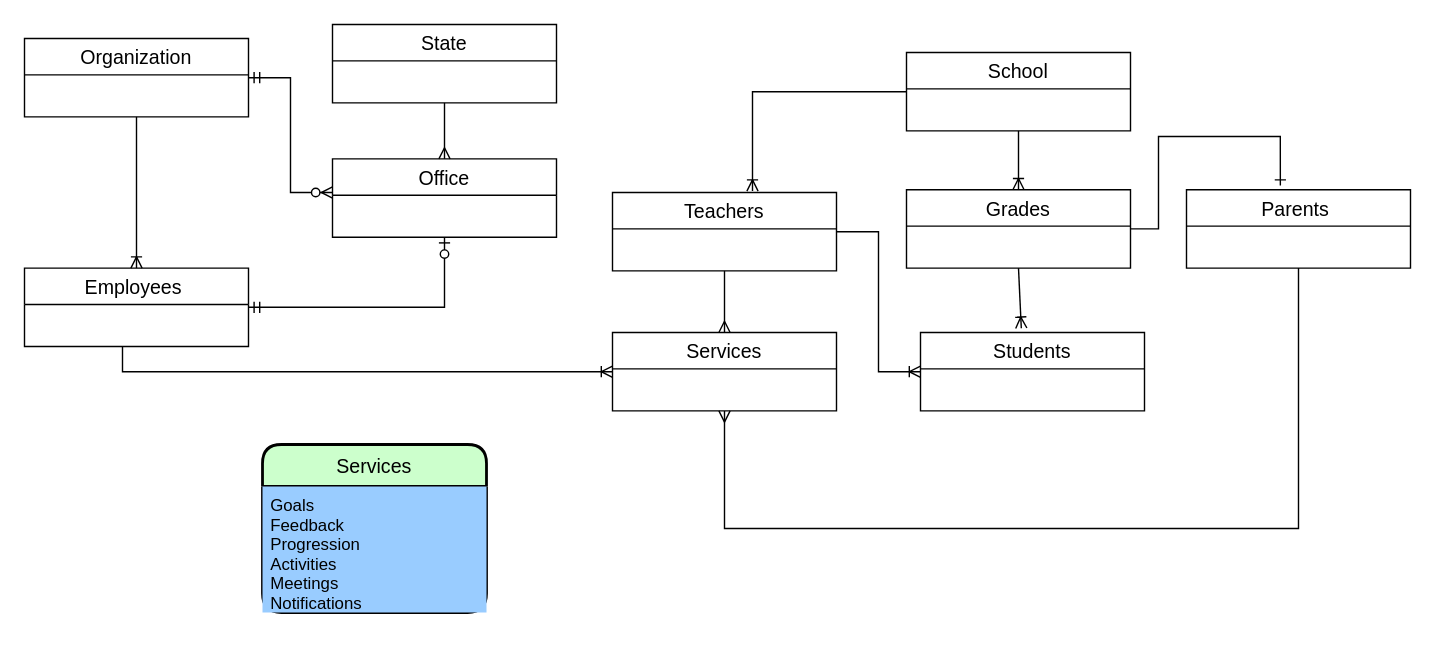
This is page "Page-1" (1 of 3) of TestResults-5.0.x/Untitled Diagram.drawio from Muruganandhu/Taleo, a draw.io file, before an edit. Source tidied: cells renumbered, new cells numbered last; positions are measured from the earlier drawing's top-left corner, leaving out a move shared by most shapes. Both pictures are drawn from the tidied source at 140%, with x=0, y=0 at pixel (24, 24).
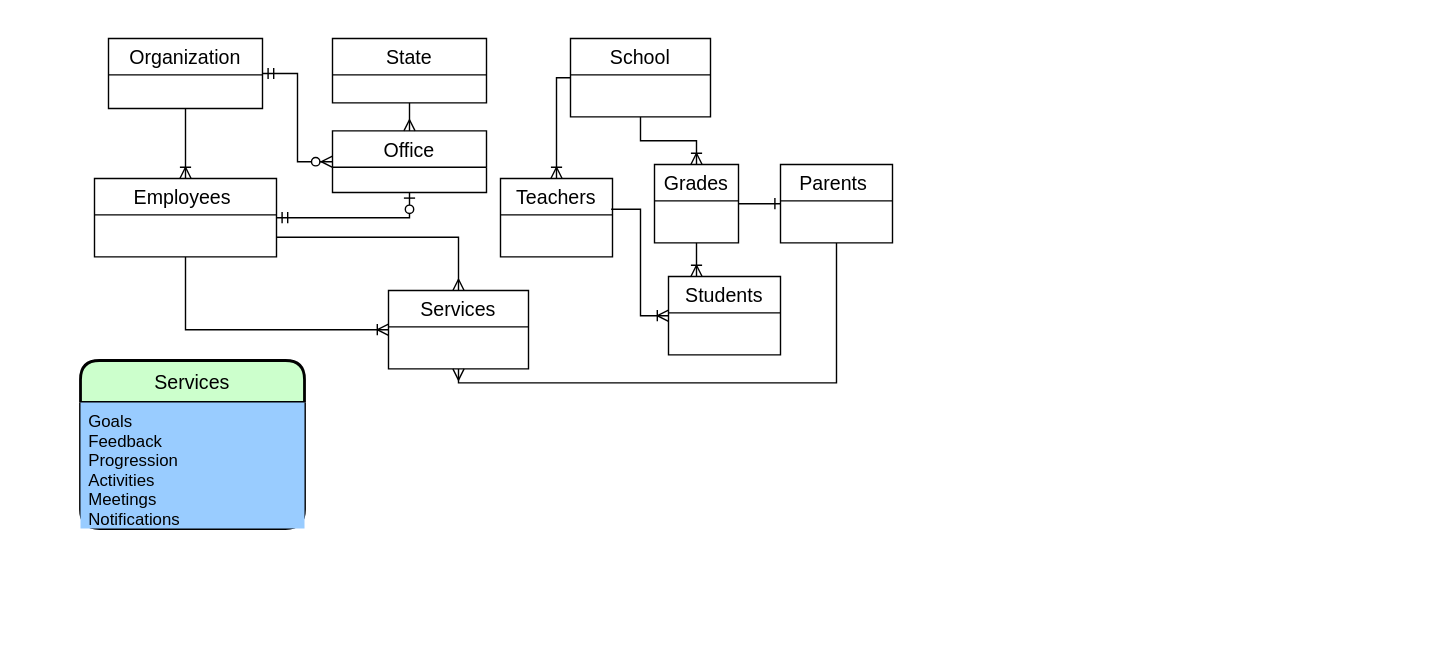
The same page after the edit.

Diff of the diagram source:
```diff
@@
     <mxCell id="2" value="School" style="swimlane;fontStyle=0;horizontal=1;startSize=26;align=center;fontSize=14;" parent="1" vertex="1">
-      <mxGeometry x="630" y="20" width="160" height="56" as="geometry" />
+      <mxGeometry x="390" y="10" width="100" height="56" as="geometry" />
     </mxCell>
     <mxCell id="3" value="Teachers" style="swimlane;fontStyle=0;horizontal=1;startSize=26;align=center;fontSize=14;" parent="1" vertex="1">
-      <mxGeometry x="420" y="120" width="160" height="56" as="geometry" />
+      <mxGeometry x="340" y="110" width="80" height="56" as="geometry" />
     </mxCell>
     <mxCell id="4" value="Grades" style="swimlane;fontStyle=0;horizontal=1;startSize=26;align=center;fontSize=14;" parent="1" vertex="1">
-      <mxGeometry x="630" y="118" width="160" height="56" as="geometry" />
+      <mxGeometry x="450" y="100" width="60" height="56" as="geometry" />
     </mxCell>
     <mxCell id="5" value="Parents " style="swimlane;fontStyle=0;horizontal=1;startSize=26;align=center;fontSize=14;" parent="1" vertex="1">
-      <mxGeometry x="830" y="118" width="160" height="56" as="geometry" />
+      <mxGeometry x="540" y="100" width="80" height="56" as="geometry" />
     </mxCell>
     <mxCell id="6" value="Students" style="swimlane;fontStyle=0;horizontal=1;startSize=26;align=center;fontSize=14;" parent="1" vertex="1">
-      <mxGeometry x="640" y="220" width="160" height="56" as="geometry" />
+      <mxGeometry x="460" y="180" width="80" height="56" as="geometry" />
     </mxCell>
@@
     <mxCell id="8" value="Organization" style="swimlane;fontStyle=0;horizontal=1;startSize=26;align=center;fontSize=14;" parent="1" vertex="1">
-      <mxGeometry y="10" width="160" height="56" as="geometry" />
+      <mxGeometry x="60" y="10" width="110" height="50" as="geometry" />
     </mxCell>
     <mxCell id="9" value="Employees " style="swimlane;fontStyle=0;horizontal=1;startSize=26;align=center;fontSize=14;" parent="1" vertex="1">
-      <mxGeometry y="174" width="160" height="56" as="geometry" />
+      <mxGeometry x="50" y="110" width="130" height="56" as="geometry" />
     </mxCell>
     <mxCell id="10" value="Office" style="swimlane;fontStyle=0;horizontal=1;startSize=26;align=center;fontSize=14;" parent="1" vertex="1">
-      <mxGeometry x="220" y="96" width="160" height="56" as="geometry" />
+      <mxGeometry x="220" y="76" width="110" height="44" as="geometry" />
     </mxCell>
     <mxCell id="11" value="State" style="swimlane;fontStyle=0;horizontal=1;startSize=26;align=center;fontSize=14;" parent="1" vertex="1">
-      <mxGeometry x="220" width="160" height="56" as="geometry" />
+      <mxGeometry x="220" y="10" width="110" height="46" as="geometry" />
     </mxCell>
@@
-    <mxCell id="15" style="edgeStyle=entityRelationEdgeStyle;fontSize=12;html=1;endArrow=ERzeroToMany;startArrow=ERmandOne;rounded=0;exitX=1;exitY=0.5;exitDx=0;exitDy=0;" parent="1" edge="1" source="8">
-      <mxGeometry relative="1" as="geometry">
-        <mxPoint x="220" y="120" as="targetPoint" />
-      </mxGeometry>
+    <mxCell id="15" style="edgeStyle=orthogonalEdgeStyle;fontSize=12;html=1;endArrow=ERzeroToMany;startArrow=ERmandOne;rounded=0;exitX=1;exitY=0.5;exitDx=0;exitDy=0;entryX=0;entryY=0.5;entryDx=0;entryDy=0;" parent="1" edge="1" source="8" target="10">
+      <mxGeometry relative="1" as="geometry" />
     </mxCell>
-    <mxCell id="16" style="fontSize=12;html=1;endArrow=ERoneToMany;rounded=0;entryX=0.5;entryY=0;entryDx=0;entryDy=0;exitX=0.5;exitY=1;exitDx=0;exitDy=0;" parent="1" edge="1" source="2" target="4">
+    <mxCell id="16" style="fontSize=12;html=1;endArrow=ERoneToMany;rounded=0;entryX=0.5;entryY=0;entryDx=0;entryDy=0;exitX=0.5;exitY=1;exitDx=0;exitDy=0;edgeStyle=orthogonalEdgeStyle;" parent="1" edge="1" source="2" target="4">
       <mxGeometry relative="1" as="geometry" />
     </mxCell>
-    <mxCell id="17" style="fontSize=12;html=1;endArrow=ERoneToMany;rounded=0;exitX=0;exitY=0.5;exitDx=0;exitDy=0;entryX=0.625;entryY=-0.018;entryDx=0;entryDy=0;entryPerimeter=0;edgeStyle=orthogonalEdgeStyle;" parent="1" edge="1" source="2" target="3">
+    <mxCell id="17" style="fontSize=12;html=1;endArrow=ERoneToMany;rounded=0;exitX=0;exitY=0.5;exitDx=0;exitDy=0;entryX=0.5;entryY=0;entryDx=0;entryDy=0;edgeStyle=orthogonalEdgeStyle;" parent="1" edge="1" source="2" target="3">
       <mxGeometry relative="1" as="geometry" />
     </mxCell>
-    <mxCell id="18" style="fontSize=12;html=1;endArrow=ERoneToMany;rounded=0;edgeStyle=orthogonalEdgeStyle;entryX=0;entryY=0.5;entryDx=0;entryDy=0;" parent="1" edge="1" target="23">
-      <mxGeometry relative="1" as="geometry">
-        <mxPoint x="70" y="230" as="sourcePoint" />
-        <Array as="points">
-          <mxPoint x="70" y="248" />
-        </Array>
-      </mxGeometry>
+    <mxCell id="18" style="fontSize=12;html=1;endArrow=ERoneToMany;rounded=0;edgeStyle=orthogonalEdgeStyle;entryX=0;entryY=0.5;entryDx=0;entryDy=0;exitX=0.5;exitY=1;exitDx=0;exitDy=0;" parent="1" edge="1" source="9" target="23">
+      <mxGeometry relative="1" as="geometry" />
     </mxCell>
-    <mxCell id="19" style="fontSize=12;html=1;endArrow=ERoneToMany;rounded=0;exitX=0.5;exitY=1;exitDx=0;exitDy=0;entryX=0.45;entryY=-0.054;entryDx=0;entryDy=0;entryPerimeter=0;" parent="1" edge="1" source="4" target="6">
+    <mxCell id="19" style="fontSize=12;html=1;endArrow=ERoneToMany;rounded=0;exitX=0.5;exitY=1;exitDx=0;exitDy=0;entryX=0.25;entryY=0;entryDx=0;entryDy=0;" parent="1" edge="1" source="4" target="6">
       <mxGeometry relative="1" as="geometry" />
     </mxCell>
-    <mxCell id="20" style="fontSize=12;html=1;endArrow=ERmany;rounded=0;entryX=0.5;entryY=0;entryDx=0;entryDy=0;exitX=0.5;exitY=1;exitDx=0;exitDy=0;edgeStyle=orthogonalEdgeStyle;" parent="1" edge="1" source="3" target="23">
+    <mxCell id="20" style="fontSize=12;html=1;endArrow=ERmany;rounded=0;entryX=0.5;entryY=0;entryDx=0;entryDy=0;exitX=1;exitY=0.75;exitDx=0;exitDy=0;edgeStyle=orthogonalEdgeStyle;" parent="1" edge="1" source="9" target="23">
       <mxGeometry relative="1" as="geometry" />
     </mxCell>
-    <mxCell id="21" style="edgeStyle=orthogonalEdgeStyle;fontSize=12;html=1;endArrow=ERone;endFill=1;rounded=0;exitX=1;exitY=0.5;exitDx=0;exitDy=0;entryX=0.419;entryY=-0.054;entryDx=0;entryDy=0;entryPerimeter=0;" parent="1" edge="1" source="4" target="5">
-      <mxGeometry relative="1" as="geometry">
-        <Array as="points">
-          <mxPoint x="810" y="146" />
-          <mxPoint x="810" y="80" />
-          <mxPoint x="897" y="80" />
-        </Array>
-      </mxGeometry>
+    <mxCell id="21" style="edgeStyle=orthogonalEdgeStyle;fontSize=12;html=1;endArrow=ERone;endFill=1;rounded=0;exitX=1;exitY=0.5;exitDx=0;exitDy=0;entryX=0;entryY=0.5;entryDx=0;entryDy=0;" parent="1" edge="1" source="4" target="5">
+      <mxGeometry relative="1" as="geometry" />
     </mxCell>
     <mxCell id="22" style="edgeStyle=orthogonalEdgeStyle;fontSize=12;html=1;endArrow=ERmany;rounded=0;entryX=0.5;entryY=1;entryDx=0;entryDy=0;exitX=0.5;exitY=1;exitDx=0;exitDy=0;" parent="1" edge="1" source="5" target="23">
-      <mxGeometry relative="1" as="geometry">
-        <Array as="points">
-          <mxPoint x="910" y="360" />
-          <mxPoint x="500" y="360" />
-        </Array>
-      </mxGeometry>
+      <mxGeometry relative="1" as="geometry" />
     </mxCell>
     <mxCell id="23" value="Services" style="swimlane;fontStyle=0;horizontal=1;startSize=26;align=center;fontSize=14;" parent="1" vertex="1">
-      <mxGeometry x="420" y="220" width="160" height="56" as="geometry" />
+      <mxGeometry x="260" y="190" width="100" height="56" as="geometry" />
     </mxCell>
     <mxCell id="24" value="Services" style="swimlane;horizontal=1;startSize=30;rounded=1;fontSize=14;fontStyle=0;strokeWidth=2;shadow=0;dashed=0;align=center;fillColor=#CCFFCC;" parent="1" vertex="1">
-      <mxGeometry x="170" y="300" width="160" height="120" as="geometry" />
+      <mxGeometry x="40" y="240" width="160" height="120" as="geometry" />
     </mxCell>
@@
-    <mxCell id="26" style="fontSize=12;html=1;endArrow=ERoneToMany;rounded=0;exitX=1;exitY=0.5;exitDx=0;exitDy=0;entryX=0;entryY=0.5;entryDx=0;entryDy=0;edgeStyle=orthogonalEdgeStyle;" parent="1" edge="1" source="3" target="6">
+    <mxCell id="26" style="fontSize=12;html=1;endArrow=ERoneToMany;rounded=0;exitX=0.988;exitY=0.393;exitDx=0;exitDy=0;entryX=0;entryY=0.5;entryDx=0;entryDy=0;edgeStyle=orthogonalEdgeStyle;exitPerimeter=0;" parent="1" edge="1" source="3" target="6">
       <mxGeometry relative="1" as="geometry" />
     </mxCell>
```
